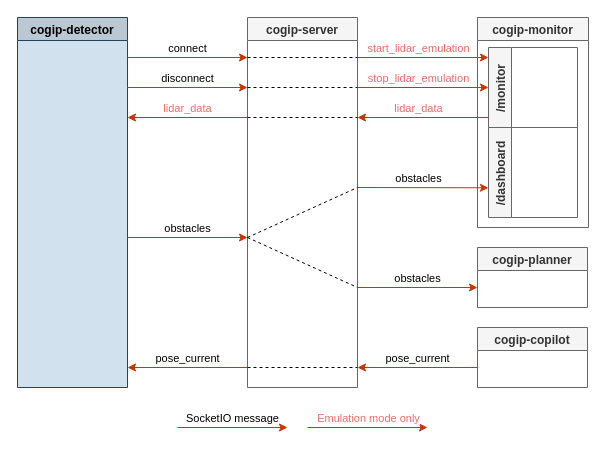
The draw.io diagram page "detector" (4 of 7) of docs/img/cogip.drawio in cogip/simulation, before the edit. Source tidied: cells renumbered, new cells numbered last; positions are measured from the earlier drawing's top-left corner, leaving out a move shared by most shapes. Both pictures are drawn from the tidied source at 100%, with x=0, y=0 at pixel (17, 17).
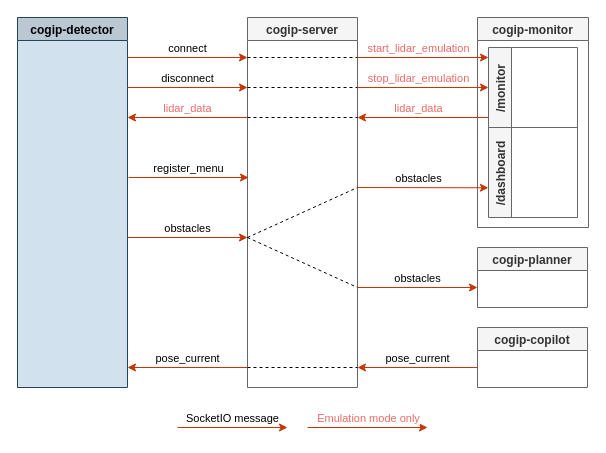
The same page after the edit.

The edit, as a diff of the source:
```diff
@@
+    <mxCell id="28" value="register_menu" style="endArrow=classic;html=1;rounded=0;verticalAlign=bottom;fillColor=#fa6800;strokeColor=#C73500;" parent="1" edge="1">
+      <mxGeometry relative="1" as="geometry">
+        <mxPoint x="111" y="160" as="sourcePoint" />
+        <mxPoint x="231" y="160" as="targetPoint" />
+      </mxGeometry>
+    </mxCell>
```
